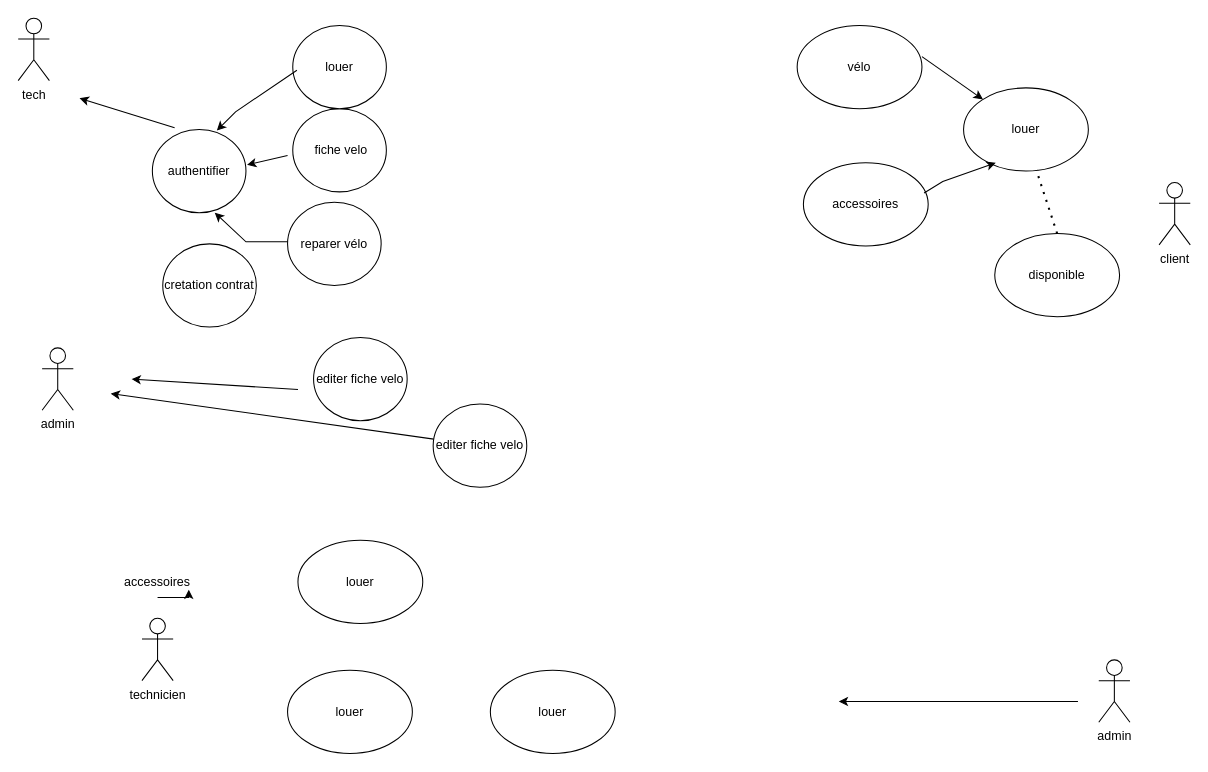
Above: velo-afpabike.drawio in djn-web/djn-web (draw.io), before the change. Source tidied: cells renumbered, new cells numbered last; positions are measured from the earlier drawing's top-left corner, leaving out a move shared by most shapes. Both pictures are drawn from the tidied source at 104%, with x=0, y=0 at pixel (18, 18).
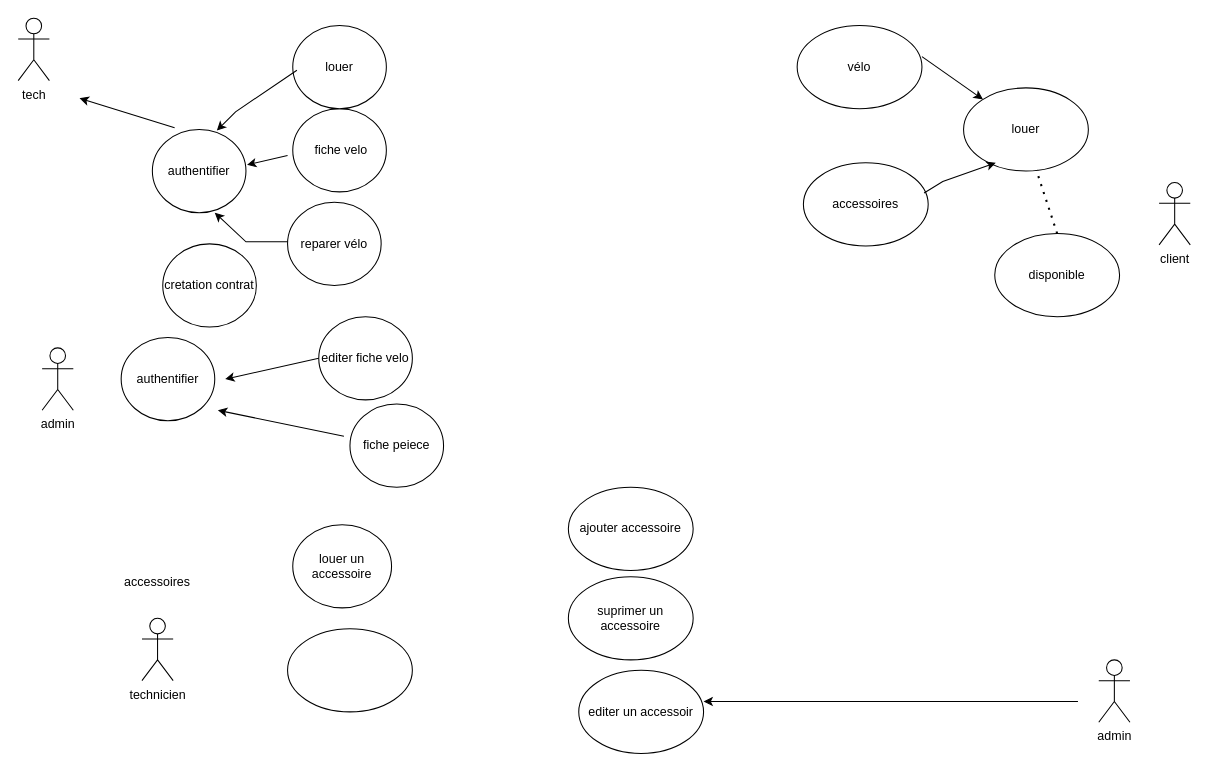
The same diagram, later.

Commit message (it also covers changes not shown here):
Mettre à jour velo-afpabike.drawio

The change refers to these unchanged cells:
```xml
<mxCell id="15" value="accessoires" style="text;html=1;align=center;verticalAlign=middle;whiteSpace=wrap;rounded=0;" parent="1" vertex="1">
  <mxGeometry x="104" y="527" width="60" height="30" as="geometry" />
</mxCell>
```

What changed in the source:
```diff
@@
-    <mxCell id="13" value="louer" style="ellipse;whiteSpace=wrap;html=1;" parent="1" vertex="1">
-      <mxGeometry x="269" y="502" width="120" height="80" as="geometry" />
+    <mxCell id="13" value="louer un accessoire" style="ellipse;whiteSpace=wrap;html=1;" parent="1" vertex="1">
+      <mxGeometry x="264" y="487" width="95" height="80" as="geometry" />
     </mxCell>
@@
-    <mxCell id="16" value="louer" style="ellipse;whiteSpace=wrap;html=1;" parent="1" vertex="1">
-      <mxGeometry x="454" y="627" width="120" height="80" as="geometry" />
+    <mxCell id="16" value="editer un accessoir" style="ellipse;whiteSpace=wrap;html=1;" parent="1" vertex="1">
+      <mxGeometry x="539" y="627" width="120" height="80" as="geometry" />
     </mxCell>
-    <mxCell id="17" value="louer" style="ellipse;whiteSpace=wrap;html=1;" parent="1" vertex="1">
-      <mxGeometry x="259" y="627" width="120" height="80" as="geometry" />
+    <mxCell id="17" style="ellipse;whiteSpace=wrap;html=1;" parent="1" vertex="1">
+      <mxGeometry x="259" y="587" width="120" height="80" as="geometry" />
     </mxCell>
@@
     <mxCell id="19" style="endArrow=classic;html=1;rounded=0;" parent="1" edge="1">
       <mxGeometry relative="1" as="geometry">
         <mxPoint x="1019" y="657" as="sourcePoint" />
-        <mxPoint x="789" y="657" as="targetPoint" />
+        <mxPoint x="659" y="657" as="targetPoint" />
       </mxGeometry>
     </mxCell>
@@
     <mxCell id="22" value="editer fiche velo" style="ellipse;whiteSpace=wrap;html=1;" parent="1" vertex="1">
-      <mxGeometry x="284" y="307" width="90" height="80" as="geometry" />
+      <mxGeometry x="289" y="287" width="90" height="80" as="geometry" />
     </mxCell>
-    <mxCell id="23" style="edgeStyle=orthogonalEdgeStyle;rounded=0;orthogonalLoop=1;jettySize=auto;html=1;exitX=0.5;exitY=1;exitDx=0;exitDy=0;entryX=1;entryY=0.75;entryDx=0;entryDy=0;" parent="1" edge="1" source="15" target="15">
-      <mxGeometry relative="1" as="geometry" />
-    </mxCell>
@@
-    <mxCell id="26" style="endArrow=classic;html=1;rounded=0;" parent="1" edge="1" source="31">
+    <mxCell id="26" style="endArrow=classic;html=1;rounded=0;" parent="1" edge="1">
       <mxGeometry relative="1" as="geometry">
-        <mxPoint x="89" y="361" as="targetPoint" />
+        <mxPoint x="313.2" y="402" as="sourcePoint" />
+        <mxPoint x="192" y="377" as="targetPoint" />
       </mxGeometry>
     </mxCell>
@@
-    <mxCell id="29" style="endArrow=classic;html=1;rounded=0;" parent="1" edge="1">
+    <mxCell id="29" style="endArrow=classic;html=1;rounded=0;exitX=0;exitY=0.5;exitDx=0;exitDy=0;" parent="1" edge="1" source="22">
       <mxGeometry relative="1" as="geometry">
-        <mxPoint x="269" y="357" as="sourcePoint" />
-        <mxPoint x="109" y="347" as="targetPoint" />
+        <mxPoint x="199" y="347" as="targetPoint" />
       </mxGeometry>
     </mxCell>
@@
-    <mxCell id="31" value="editer fiche velo" style="ellipse;whiteSpace=wrap;html=1;" parent="1" vertex="1">
-      <mxGeometry x="399" y="371" width="90" height="80" as="geometry" />
+    <mxCell id="31" value="fiche peiece " style="ellipse;whiteSpace=wrap;html=1;" parent="1" vertex="1">
+      <mxGeometry x="319" y="371" width="90" height="80" as="geometry" />
     </mxCell>
@@
+    <mxCell id="33" value="ajouter accessoire " style="ellipse;whiteSpace=wrap;html=1;" parent="1" vertex="1">
+      <mxGeometry x="529" y="451" width="120" height="80" as="geometry" />
+    </mxCell>
+    <mxCell id="34" value="suprimer un accessoire " style="ellipse;whiteSpace=wrap;html=1;" parent="1" vertex="1">
+      <mxGeometry x="529" y="537" width="120" height="80" as="geometry" />
+    </mxCell>
+    <mxCell id="35" value="authentifier" style="ellipse;whiteSpace=wrap;html=1;" parent="1" vertex="1">
+      <mxGeometry x="99" y="307" width="90" height="80" as="geometry" />
+    </mxCell>
```
